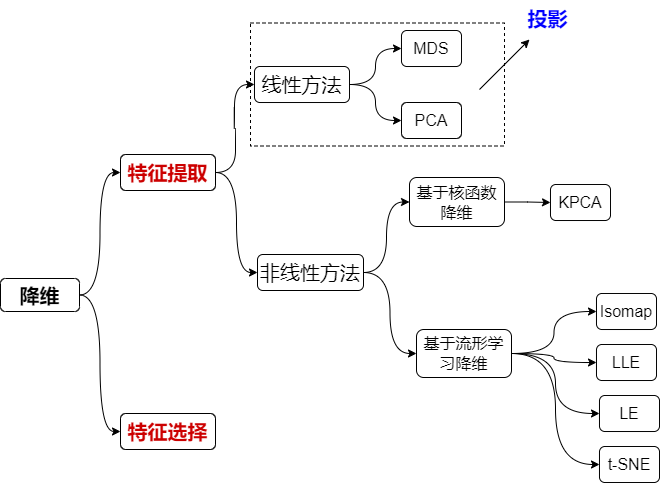
The draw.io diagram unsupervised_learning/dimension_reduction.png in chubbylhao/ML_Algorithms, before a commit. Source tidied: cells renumbered, new cells last; positions are measured from the earlier drawing's top-left corner, leaving out a move shared by most shapes. Its diagram source:
```xml
<mxGraphModel>
  <root>
    <mxCell id="0" />
    <mxCell id="1" parent="0" />
    <mxCell id="2" style="edgeStyle=orthogonalEdgeStyle;curved=1;rounded=0;jettySize=auto;html=1;entryX=0;entryY=0.5;entryDx=0;entryDy=0;fontSize=16;fontColor=#000000;" parent="1" edge="1" source="4" target="7">
      <mxGeometry relative="1" as="geometry" />
    </mxCell>
    <mxCell id="3" style="edgeStyle=orthogonalEdgeStyle;curved=1;rounded=0;jettySize=auto;html=1;entryX=0;entryY=0.5;entryDx=0;entryDy=0;fontSize=16;fontColor=#000000;" parent="1" edge="1" source="4" target="8">
      <mxGeometry relative="1" as="geometry" />
    </mxCell>
    <mxCell id="4" value="&lt;font style=&quot;font-size: 20px;&quot;&gt;&lt;b&gt;降维&lt;/b&gt;&lt;/font&gt;" style="rounded=1;whiteSpace=wrap;html=1;" parent="1" vertex="1">
      <mxGeometry y="278" width="79" height="33" as="geometry" />
    </mxCell>
    <mxCell id="5" style="edgeStyle=orthogonalEdgeStyle;curved=1;rounded=0;jettySize=auto;html=1;entryX=0;entryY=0.5;entryDx=0;entryDy=0;fontSize=16;fontColor=#000000;" parent="1" edge="1" source="7" target="11">
      <mxGeometry relative="1" as="geometry" />
    </mxCell>
    <mxCell id="6" style="edgeStyle=orthogonalEdgeStyle;curved=1;rounded=0;jettySize=auto;html=1;entryX=0;entryY=0.5;entryDx=0;entryDy=0;fontSize=16;fontColor=#000000;" parent="1" edge="1" source="7" target="14">
      <mxGeometry relative="1" as="geometry" />
    </mxCell>
    <mxCell id="7" value="&lt;font color=&quot;#cc0000&quot; style=&quot;font-size: 20px;&quot;&gt;&lt;b&gt;特征提取&lt;/b&gt;&lt;/font&gt;" style="rounded=1;whiteSpace=wrap;html=1;" parent="1" vertex="1">
      <mxGeometry x="120" y="154" width="95" height="36" as="geometry" />
    </mxCell>
    <mxCell id="8" value="&lt;font color=&quot;#cc0000&quot; style=&quot;font-size: 20px;&quot;&gt;&lt;b&gt;特征选择&lt;/b&gt;&lt;/font&gt;" style="rounded=1;whiteSpace=wrap;html=1;" parent="1" vertex="1">
      <mxGeometry x="120" y="413" width="95" height="36" as="geometry" />
    </mxCell>
    <mxCell id="9" style="edgeStyle=orthogonalEdgeStyle;curved=1;rounded=0;jettySize=auto;html=1;entryX=0;entryY=0.5;entryDx=0;entryDy=0;fontSize=20;fontColor=#0000FF;" parent="1" edge="1" source="11" target="23">
      <mxGeometry relative="1" as="geometry" />
    </mxCell>
    <mxCell id="10" style="edgeStyle=orthogonalEdgeStyle;curved=1;rounded=0;jettySize=auto;html=1;entryX=0;entryY=0.5;entryDx=0;entryDy=0;fontSize=20;fontColor=#0000FF;" parent="1" edge="1" source="11" target="15">
      <mxGeometry relative="1" as="geometry" />
    </mxCell>
    <mxCell id="11" value="&lt;font style=&quot;font-size: 20px;&quot;&gt;线性方法&lt;/font&gt;" style="rounded=1;whiteSpace=wrap;html=1;" parent="1" vertex="1">
      <mxGeometry x="254" y="66" width="95" height="36" as="geometry" />
    </mxCell>
    <mxCell id="12" style="edgeStyle=orthogonalEdgeStyle;curved=1;rounded=0;jettySize=auto;html=1;entryX=0;entryY=0.5;entryDx=0;entryDy=0;fontSize=16;fontColor=#000000;" parent="1" edge="1" source="14" target="17">
      <mxGeometry relative="1" as="geometry" />
    </mxCell>
    <mxCell id="13" style="edgeStyle=orthogonalEdgeStyle;curved=1;rounded=0;jettySize=auto;html=1;entryX=0;entryY=0.5;entryDx=0;entryDy=0;fontSize=16;fontColor=#000000;" parent="1" edge="1" source="14" target="22">
      <mxGeometry relative="1" as="geometry" />
    </mxCell>
    <mxCell id="14" value="&lt;font style=&quot;font-size: 20px;&quot;&gt;非线性方法&lt;/font&gt;" style="rounded=1;whiteSpace=wrap;html=1;" parent="1" vertex="1">
      <mxGeometry x="257" y="254" width="106" height="36" as="geometry" />
    </mxCell>
    <mxCell id="15" value="&lt;font style=&quot;font-size: 16px;&quot;&gt;PCA&lt;/font&gt;" style="rounded=1;whiteSpace=wrap;html=1;" parent="1" vertex="1">
      <mxGeometry x="401" y="102" width="60" height="36" as="geometry" />
    </mxCell>
    <mxCell id="16" style="edgeStyle=orthogonalEdgeStyle;curved=1;rounded=0;jettySize=auto;html=1;fontSize=20;fontColor=#0000FF;" parent="1" edge="1" source="17" target="31">
      <mxGeometry relative="1" as="geometry" />
    </mxCell>
    <mxCell id="17" value="&lt;font style=&quot;font-size: 16px;&quot;&gt;基于核函数降维&lt;/font&gt;" style="rounded=1;whiteSpace=wrap;html=1;" parent="1" vertex="1">
      <mxGeometry x="409" y="177" width="95" height="49" as="geometry" />
    </mxCell>
    <mxCell id="18" style="edgeStyle=orthogonalEdgeStyle;curved=1;rounded=0;jettySize=auto;html=1;entryX=0;entryY=0.5;entryDx=0;entryDy=0;fontSize=16;fontColor=#000000;" parent="1" edge="1" source="22" target="24">
      <mxGeometry relative="1" as="geometry" />
    </mxCell>
    <mxCell id="19" style="edgeStyle=orthogonalEdgeStyle;curved=1;rounded=0;jettySize=auto;html=1;entryX=0;entryY=0.5;entryDx=0;entryDy=0;fontSize=16;fontColor=#000000;" parent="1" edge="1" source="22" target="25">
      <mxGeometry relative="1" as="geometry" />
    </mxCell>
    <mxCell id="20" style="edgeStyle=orthogonalEdgeStyle;curved=1;rounded=0;jettySize=auto;html=1;entryX=0;entryY=0.5;entryDx=0;entryDy=0;fontSize=16;fontColor=#000000;" parent="1" edge="1" source="22" target="26">
      <mxGeometry relative="1" as="geometry" />
    </mxCell>
    <mxCell id="21" style="edgeStyle=orthogonalEdgeStyle;curved=1;rounded=0;jettySize=auto;html=1;entryX=0;entryY=0.5;entryDx=0;entryDy=0;fontSize=16;fontColor=#000000;" parent="1" edge="1" source="22" target="27">
      <mxGeometry relative="1" as="geometry" />
    </mxCell>
    <mxCell id="22" value="&lt;font style=&quot;font-size: 16px;&quot;&gt;基于流形学习降维&lt;/font&gt;" style="rounded=1;whiteSpace=wrap;html=1;" parent="1" vertex="1">
      <mxGeometry x="416" y="329" width="95" height="48" as="geometry" />
    </mxCell>
    <mxCell id="23" value="&lt;font style=&quot;font-size: 16px;&quot;&gt;MDS&lt;/font&gt;" style="rounded=1;whiteSpace=wrap;html=1;" parent="1" vertex="1">
      <mxGeometry x="401" y="30" width="60" height="36" as="geometry" />
    </mxCell>
    <mxCell id="24" value="&lt;font style=&quot;font-size: 16px;&quot;&gt;Isomap&lt;br&gt;&lt;/font&gt;" style="rounded=1;whiteSpace=wrap;html=1;" parent="1" vertex="1">
      <mxGeometry x="596" y="293" width="60" height="36" as="geometry" />
    </mxCell>
    <mxCell id="25" value="&lt;font style=&quot;font-size: 16px;&quot;&gt;LLE&lt;/font&gt;" style="rounded=1;whiteSpace=wrap;html=1;" parent="1" vertex="1">
      <mxGeometry x="596" y="344" width="60" height="36" as="geometry" />
    </mxCell>
    <mxCell id="26" value="&lt;font style=&quot;font-size: 16px;&quot;&gt;LE&lt;/font&gt;" style="rounded=1;whiteSpace=wrap;html=1;" parent="1" vertex="1">
      <mxGeometry x="599" y="395" width="60" height="36" as="geometry" />
    </mxCell>
    <mxCell id="27" value="&lt;font style=&quot;font-size: 16px;&quot;&gt;t-SNE&lt;/font&gt;" style="rounded=1;whiteSpace=wrap;html=1;" parent="1" vertex="1">
      <mxGeometry x="599" y="446" width="60" height="36" as="geometry" />
    </mxCell>
    <mxCell id="28" style="rounded=0;whiteSpace=wrap;html=1;strokeColor=#000000;fontSize=16;fontColor=#000000;fillColor=none;dashed=1;" parent="1" vertex="1">
      <mxGeometry x="250" y="22.5" width="254" height="123" as="geometry" />
    </mxCell>
    <mxCell id="29" style="endArrow=classic;html=1;rounded=0;fontSize=16;fontColor=#000000;curved=1;" parent="1" edge="1">
      <mxGeometry relative="1" as="geometry">
        <mxPoint x="479" y="89" as="sourcePoint" />
        <mxPoint x="529" y="39" as="targetPoint" />
      </mxGeometry>
    </mxCell>
    <mxCell id="30" value="&lt;font color=&quot;#0000ff&quot; style=&quot;font-size: 20px;&quot;&gt;&lt;b&gt;投影&lt;/b&gt;&lt;/font&gt;" style="text;html=1;align=center;verticalAlign=middle;strokeColor=none;fillColor=none;fontSize=16;fontColor=#000000;" parent="1" vertex="1">
      <mxGeometry x="518" width="58" height="36" as="geometry" />
    </mxCell>
    <mxCell id="31" value="&lt;font style=&quot;font-size: 16px;&quot;&gt;KPCA&lt;br&gt;&lt;/font&gt;" style="rounded=1;whiteSpace=wrap;html=1;" parent="1" vertex="1">
      <mxGeometry x="550" y="184" width="60" height="36" as="geometry" />
    </mxCell>
  </root>
</mxGraphModel>
```
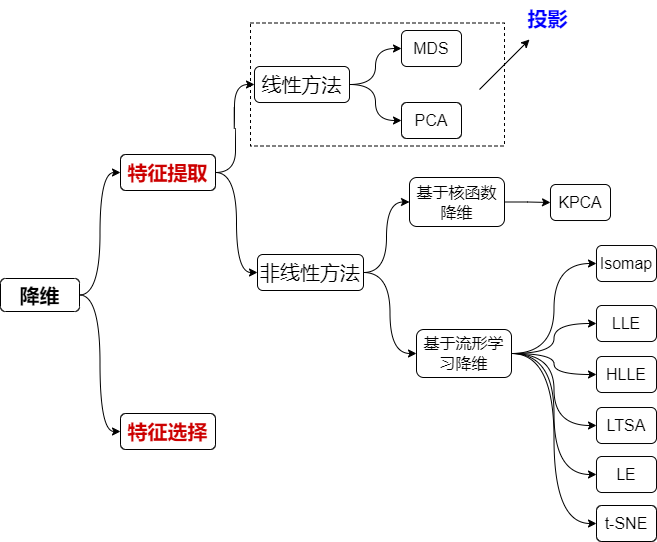
After the commit.

The edit, as a diff of the source:
```diff
@@ -62,6 +62,12 @@
     <mxCell id="21" style="edgeStyle=orthogonalEdgeStyle;curved=1;rounded=0;jettySize=auto;html=1;entryX=0;entryY=0.5;entryDx=0;entryDy=0;fontSize=16;fontColor=#000000;" parent="1" edge="1" source="22" target="27">
       <mxGeometry relative="1" as="geometry" />
     </mxCell>
+    <mxCell id="32" style="edgeStyle=orthogonalEdgeStyle;rounded=0;jettySize=auto;html=1;entryX=0;entryY=0.5;entryDx=0;entryDy=0;curved=1;" parent="1" edge="1" source="22" target="35">
+      <mxGeometry relative="1" as="geometry" />
+    </mxCell>
+    <mxCell id="33" style="edgeStyle=orthogonalEdgeStyle;curved=1;rounded=0;jettySize=auto;html=1;entryX=0;entryY=0.5;entryDx=0;entryDy=0;" parent="1" edge="1" source="22" target="34">
+      <mxGeometry relative="1" as="geometry" />
+    </mxCell>
     <mxCell id="22" value="&lt;font style=&quot;font-size: 16px;&quot;&gt;基于流形学习降维&lt;/font&gt;" style="rounded=1;whiteSpace=wrap;html=1;" parent="1" vertex="1">
       <mxGeometry x="416" y="329" width="95" height="48" as="geometry" />
     </mxCell>
@@ -69,16 +75,16 @@
       <mxGeometry x="401" y="30" width="60" height="36" as="geometry" />
     </mxCell>
     <mxCell id="24" value="&lt;font style=&quot;font-size: 16px;&quot;&gt;Isomap&lt;br&gt;&lt;/font&gt;" style="rounded=1;whiteSpace=wrap;html=1;" parent="1" vertex="1">
-      <mxGeometry x="596" y="293" width="60" height="36" as="geometry" />
+      <mxGeometry x="596" y="245" width="60" height="36" as="geometry" />
     </mxCell>
     <mxCell id="25" value="&lt;font style=&quot;font-size: 16px;&quot;&gt;LLE&lt;/font&gt;" style="rounded=1;whiteSpace=wrap;html=1;" parent="1" vertex="1">
-      <mxGeometry x="596" y="344" width="60" height="36" as="geometry" />
+      <mxGeometry x="596" y="305" width="60" height="36" as="geometry" />
     </mxCell>
     <mxCell id="26" value="&lt;font style=&quot;font-size: 16px;&quot;&gt;LE&lt;/font&gt;" style="rounded=1;whiteSpace=wrap;html=1;" parent="1" vertex="1">
-      <mxGeometry x="599" y="395" width="60" height="36" as="geometry" />
+      <mxGeometry x="596" y="456" width="60" height="36" as="geometry" />
     </mxCell>
     <mxCell id="27" value="&lt;font style=&quot;font-size: 16px;&quot;&gt;t-SNE&lt;/font&gt;" style="rounded=1;whiteSpace=wrap;html=1;" parent="1" vertex="1">
-      <mxGeometry x="599" y="446" width="60" height="36" as="geometry" />
+      <mxGeometry x="596" y="505" width="60" height="36" as="geometry" />
     </mxCell>
     <mxCell id="28" style="rounded=0;whiteSpace=wrap;html=1;strokeColor=#000000;fontSize=16;fontColor=#000000;fillColor=none;dashed=1;" parent="1" vertex="1">
       <mxGeometry x="250" y="22.5" width="254" height="123" as="geometry" />
@@ -95,5 +101,11 @@
     <mxCell id="31" value="&lt;font style=&quot;font-size: 16px;&quot;&gt;KPCA&lt;br&gt;&lt;/font&gt;" style="rounded=1;whiteSpace=wrap;html=1;" parent="1" vertex="1">
       <mxGeometry x="550" y="184" width="60" height="36" as="geometry" />
     </mxCell>
+    <mxCell id="34" value="&lt;font style=&quot;font-size: 16px;&quot;&gt;LTSA&lt;br&gt;&lt;/font&gt;" style="rounded=1;whiteSpace=wrap;html=1;" parent="1" vertex="1">
+      <mxGeometry x="596" y="407" width="60" height="36" as="geometry" />
+    </mxCell>
+    <mxCell id="35" value="&lt;font style=&quot;font-size: 16px;&quot;&gt;HLLE&lt;/font&gt;" style="rounded=1;whiteSpace=wrap;html=1;" parent="1" vertex="1">
+      <mxGeometry x="596" y="356" width="60" height="36" as="geometry" />
+    </mxCell>
   </root>
 </mxGraphModel>
```
